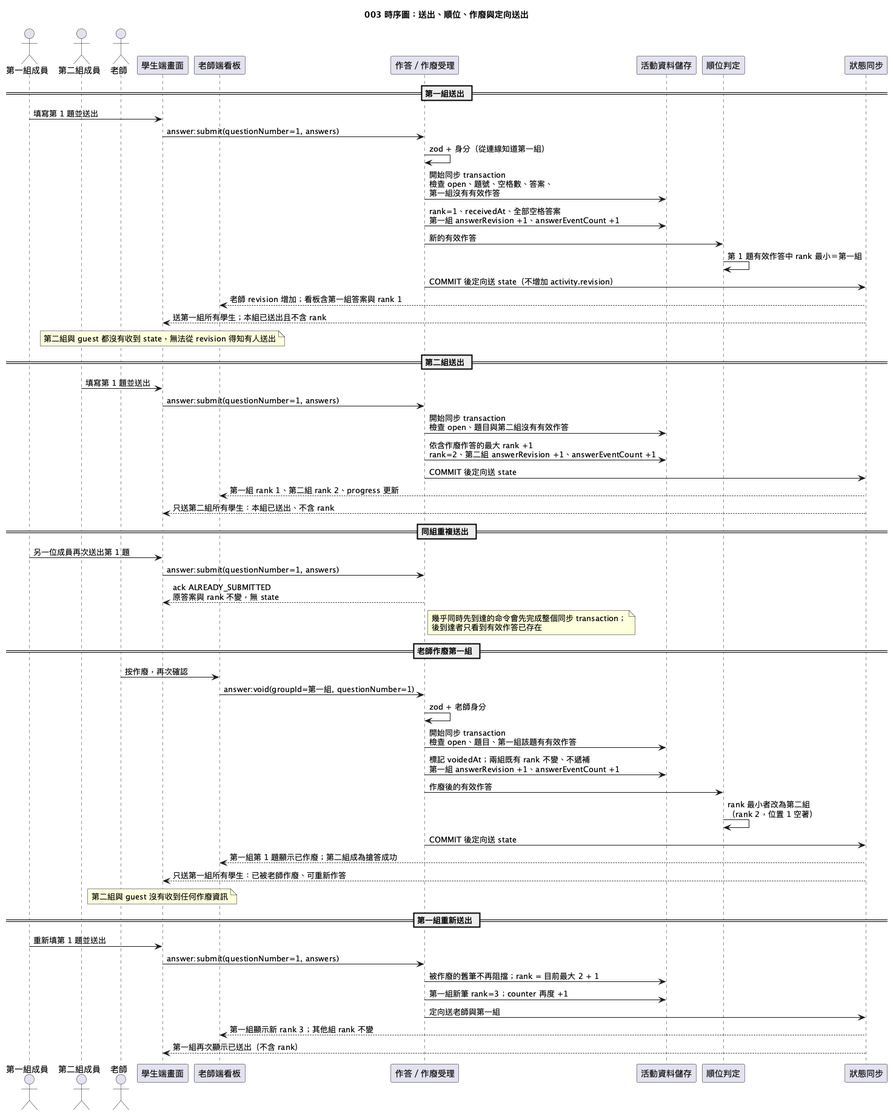
This is diagrams/003-buzz-in-seq-submit.png from Danielweng0902/Answering-System_speckit, a PlantUML export, as it was before one commit.
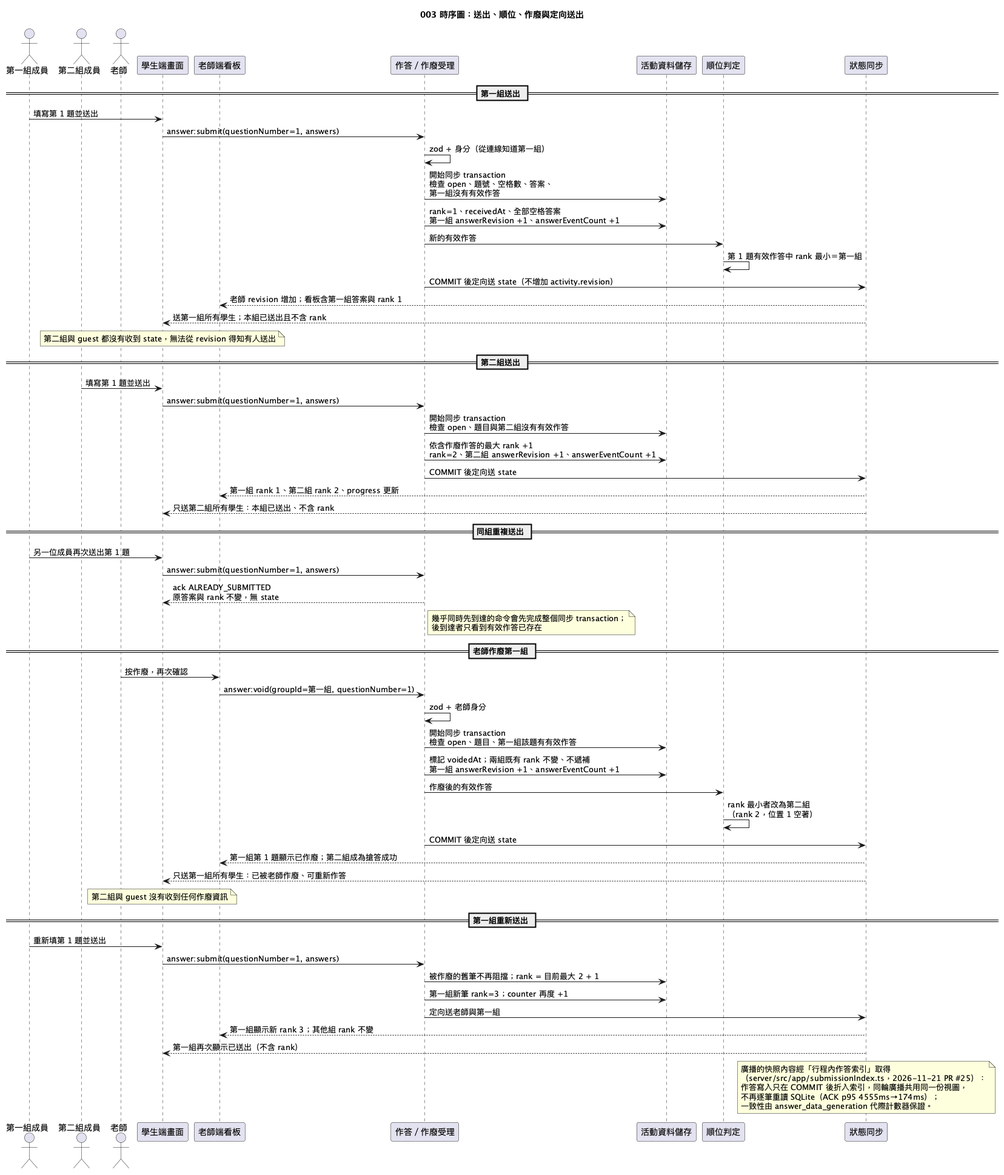
Above is the later version.

The edit, as a diff of the source:
```diff
@@ -73,4 +73,12 @@
 I -> B : 定向送老師與第一組
 B --> T : 第一組顯示新 rank 3；其他組 rank 不變
 B --> U : 第一組再次顯示已送出（不含 rank）
+
+note over B
+  廣播的快照內容經「行程內作答索引」取得
+  （server/src/app/submissionIndex.ts，2026-11-21 PR #25）：
+  作答寫入只在 COMMIT 後折入索引，同輪廣播共用同一份視圖，
+  不再逐筆重讀 SQLite（ACK p95 4555ms→174ms）；
+  一致性由 answer_data_generation 代際計數器保證。
+end note
 @enduml
```
